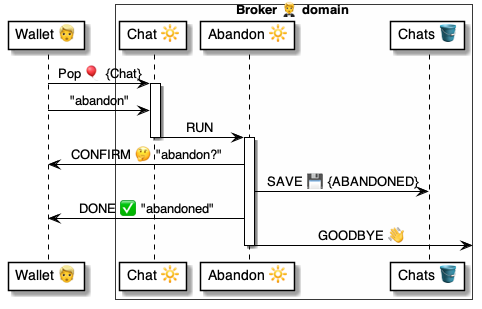
pollyweb-org/pollyweb-docs keeps this PlantUML diagram as 4 ⚙️ Solution/20 🧑‍🦰 UI/Brokers 🤵/🤵😃 Broker talkers/PopChat 💬 talker/Chat » Abandon/🤵 PopChatAbandon ⚙️ uml.png. Above is the earlier version. Its source is kept beside it as 4 ⚙️ Solution/20 🧑‍🦰 UI/Brokers 🤵/🤵😃 Broker talkers/PopChat 💬 talker/Chat » Abandon/🤵 PopChatAbandon ⚙️ uml.puml. Source of this version:
```plantuml
@startuml PopChatAbandon

participant "Wallet 👱" as wallet
box Broker 🤵 domain #FFFFFA
    participant "Chat 🔆" as onChat
    participant "Abandon 🔆" as abandoned
    participant "Chats 🪣" as chats
end box


wallet -> onChat: Pop 🎈 {Chat}

activate onChat
    wallet -> onChat: "abandon"
    onChat -> abandoned: RUN
deactivate onChat

activate abandoned
    abandoned -> wallet: CONFIRM 🤔 "abandon?"
    abandoned -> chats: SAVE 💾 {ABANDONED}
    abandoned -> wallet: DONE ✅ "abandoned"
    abandoned -> : GOODBYE 👋
deactivate abandoned

@enduml
```
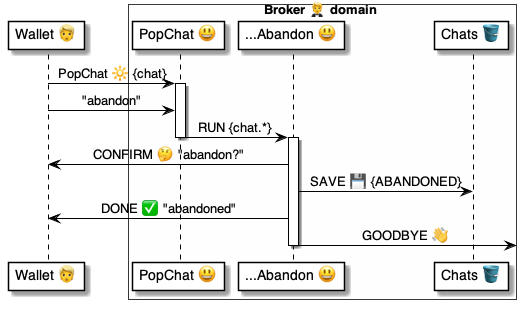
After the change.

Change to the diagram source:
```diff
@@ -2,17 +2,17 @@
 
 participant "Wallet 👱" as wallet
 box Broker 🤵 domain #FFFFFA
-    participant "Chat 🔆" as onChat
-    participant "Abandon 🔆" as abandoned
+    participant "PopChat 😃" as onChat
+    participant "...Abandon 😃" as abandoned
     participant "Chats 🪣" as chats
 end box
 
 
-wallet -> onChat: Pop 🎈 {Chat}
+wallet -> onChat: PopChat 🔆 {chat}
 
 activate onChat
     wallet -> onChat: "abandon"
-    onChat -> abandoned: RUN
+    onChat -> abandoned: RUN {chat.*}
 deactivate onChat
 
 activate abandoned
```
